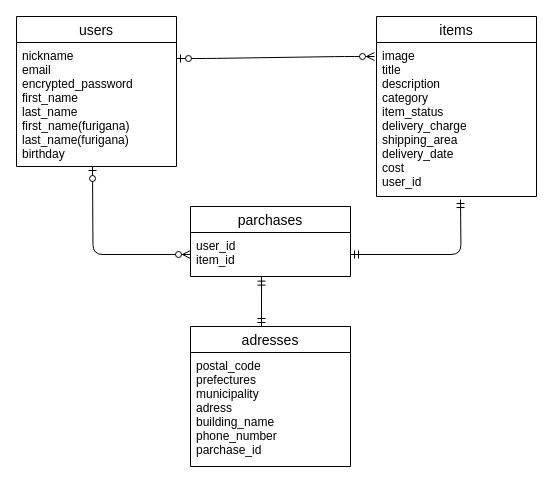
hidapen/furima-35859 keeps this draw.io diagram as test.dio. Above is the earlier version. Source tidied: cells renumbered, new cells numbered last; positions are measured from the earlier drawing's top-left corner, leaving out a move shared by most shapes. Both pictures are drawn from the tidied source at 100%, with x=0, y=0 at pixel (16, 16).
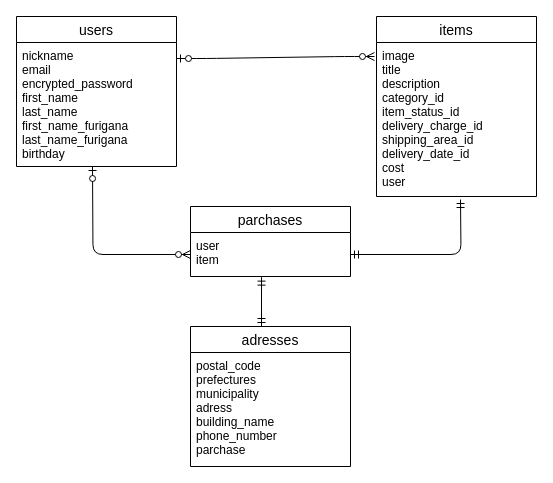
The same page after the edit.

Commit message (it also covers changes not shown here):
レビュー再修正

What changed in the source:
```diff
@@
 <mxGraphModel>
   <root>
     <mxCell id="0" />
     <mxCell id="1" parent="0" />
     <mxCell id="2" value="users" style="swimlane;fontStyle=0;horizontal=1;startSize=26;align=center;fontSize=14;" parent="1" vertex="1">
       <mxGeometry width="160" height="150" as="geometry" />
     </mxCell>
-    <mxCell id="3" value="nickname&#10;email&#10;encrypted_password&#10;first_name&#10;last_name&#10;first_name(furigana)&#10;last_name(furigana)&#10;birthday" style="text;strokeColor=none;fillColor=none;spacingLeft=4;spacingRight=4;overflow=hidden;fontSize=12;" parent="2" vertex="1">
+    <mxCell id="3" value="nickname&#10;email&#10;encrypted_password&#10;first_name&#10;last_name&#10;first_name_furigana&#10;last_name_furigana&#10;birthday" style="text;strokeColor=none;fillColor=none;spacingLeft=4;spacingRight=4;overflow=hidden;fontSize=12;" parent="2" vertex="1">
       <mxGeometry y="26" width="160" height="124" as="geometry" />
     </mxCell>
     <mxCell id="4" value="items" style="swimlane;fontStyle=0;horizontal=1;startSize=26;align=center;fontSize=14;" parent="1" vertex="1">
       <mxGeometry x="360" width="160" height="180" as="geometry" />
     </mxCell>
-    <mxCell id="5" value="image&#10;title&#10;description&#10;category&#10;item_status&#10;delivery_charge&#10;shipping_area&#10;delivery_date&#10;cost&#10;user_id" style="text;strokeColor=none;fillColor=none;spacingLeft=4;spacingRight=4;overflow=hidden;fontSize=12;" parent="4" vertex="1">
+    <mxCell id="5" value="image&#10;title&#10;description&#10;category_id&#10;item_status_id&#10;delivery_charge_id&#10;shipping_area_id&#10;delivery_date_id&#10;cost&#10;user" style="text;strokeColor=none;fillColor=none;spacingLeft=4;spacingRight=4;overflow=hidden;fontSize=12;" parent="4" vertex="1">
       <mxGeometry y="26" width="160" height="154" as="geometry" />
     </mxCell>
     <mxCell id="6" value="parchases" style="swimlane;fontStyle=0;horizontal=1;startSize=26;align=center;fontSize=14;" parent="1" vertex="1">
       <mxGeometry x="174" y="190" width="160" height="70" as="geometry" />
     </mxCell>
-    <mxCell id="7" value="user_id&#10;item_id&#10;" style="text;strokeColor=none;fillColor=none;spacingLeft=4;spacingRight=4;overflow=hidden;points=[[0,0.5],[1,0.5]];portConstraint=eastwest;fontSize=12;" parent="6" vertex="1">
+    <mxCell id="7" value="user&#10;item" style="text;strokeColor=none;fillColor=none;spacingLeft=4;spacingRight=4;overflow=hidden;points=[[0,0.5],[1,0.5]];portConstraint=eastwest;fontSize=12;" parent="6" vertex="1">
       <mxGeometry y="26" width="160" height="44" as="geometry" />
     </mxCell>
     <mxCell id="8" style="edgeStyle=entityRelationEdgeStyle;fontSize=12;html=1;endArrow=ERzeroToMany;startArrow=ERzeroToOne;" parent="1" edge="1">
       <mxGeometry relative="1" as="geometry">
         <mxPoint x="160" y="42" as="sourcePoint" />
         <mxPoint x="358" y="40" as="targetPoint" />
       </mxGeometry>
     </mxCell>
     <mxCell id="9" value="adresses" style="swimlane;fontStyle=0;horizontal=1;startSize=26;align=center;fontSize=14;" parent="1" vertex="1">
       <mxGeometry x="174" y="310" width="160" height="140" as="geometry" />
     </mxCell>
-    <mxCell id="10" value="postal_code&#10;prefectures&#10;municipality&#10;adress&#10;building_name&#10;phone_number&#10;parchase_id" style="text;strokeColor=none;fillColor=none;spacingLeft=4;spacingRight=4;overflow=hidden;fontSize=12;" parent="9" vertex="1">
+    <mxCell id="10" value="postal_code&#10;prefectures&#10;municipality&#10;adress&#10;building_name&#10;phone_number&#10;parchase" style="text;strokeColor=none;fillColor=none;spacingLeft=4;spacingRight=4;overflow=hidden;fontSize=12;" parent="9" vertex="1">
       <mxGeometry y="26" width="160" height="114" as="geometry" />
     </mxCell>
     <mxCell id="11" style="fontSize=12;html=1;endArrow=ERmandOne;startArrow=ERmandOne;entryX=0.444;entryY=1.014;entryDx=0;entryDy=0;entryPerimeter=0;" parent="1" edge="1" target="7">
       <mxGeometry relative="1" as="geometry">
         <mxPoint x="245" y="310" as="sourcePoint" />
       </mxGeometry>
     </mxCell>
     <mxCell id="12" style="edgeStyle=orthogonalEdgeStyle;fontSize=12;html=1;endArrow=ERzeroToMany;startArrow=ERzeroToOne;entryX=0;entryY=0.5;entryDx=0;entryDy=0;" parent="1" edge="1" target="7">
       <mxGeometry relative="1" as="geometry">
         <mxPoint x="76" y="150" as="sourcePoint" />
       </mxGeometry>
     </mxCell>
     <mxCell id="13" style="edgeStyle=orthogonalEdgeStyle;fontSize=12;html=1;endArrow=ERmandOne;startArrow=ERmandOne;exitX=1;exitY=0.5;exitDx=0;exitDy=0;" parent="1" edge="1" source="7">
       <mxGeometry relative="1" as="geometry">
         <mxPoint x="444" y="183" as="targetPoint" />
       </mxGeometry>
     </mxCell>
   </root>
 </mxGraphModel>
```
